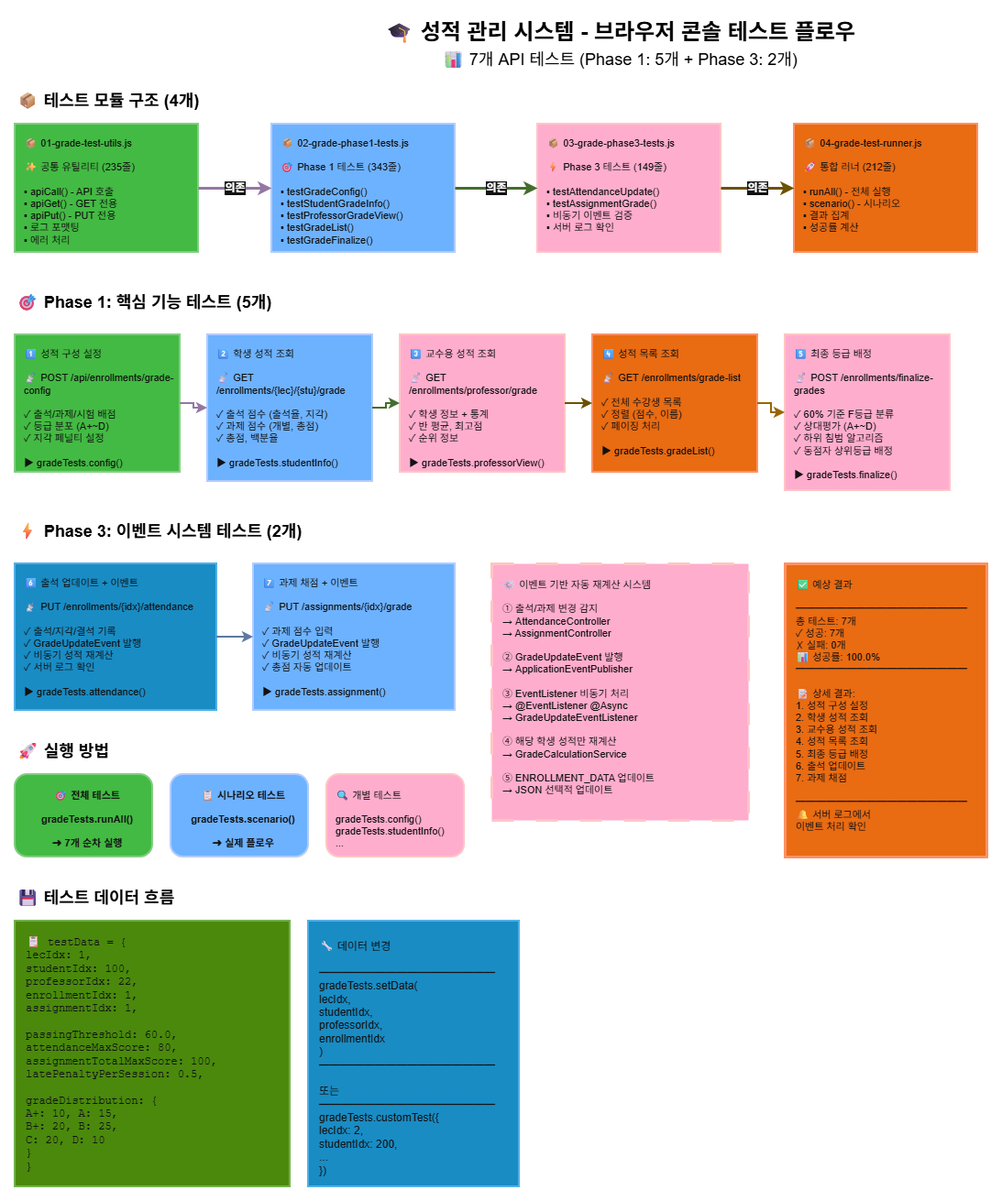
Before: backend/BlueCrab/docs/강의관련기능/브라우저콘솔테스트/04-grade/11-TEST-FLOW.drawio.png, a diagram exported from draw.io (hooting76/blue-crab-lms). Source tidied: cells renumbered, new cells last; positions are measured from the earlier drawing's top-left corner, leaving out a move shared by most shapes.
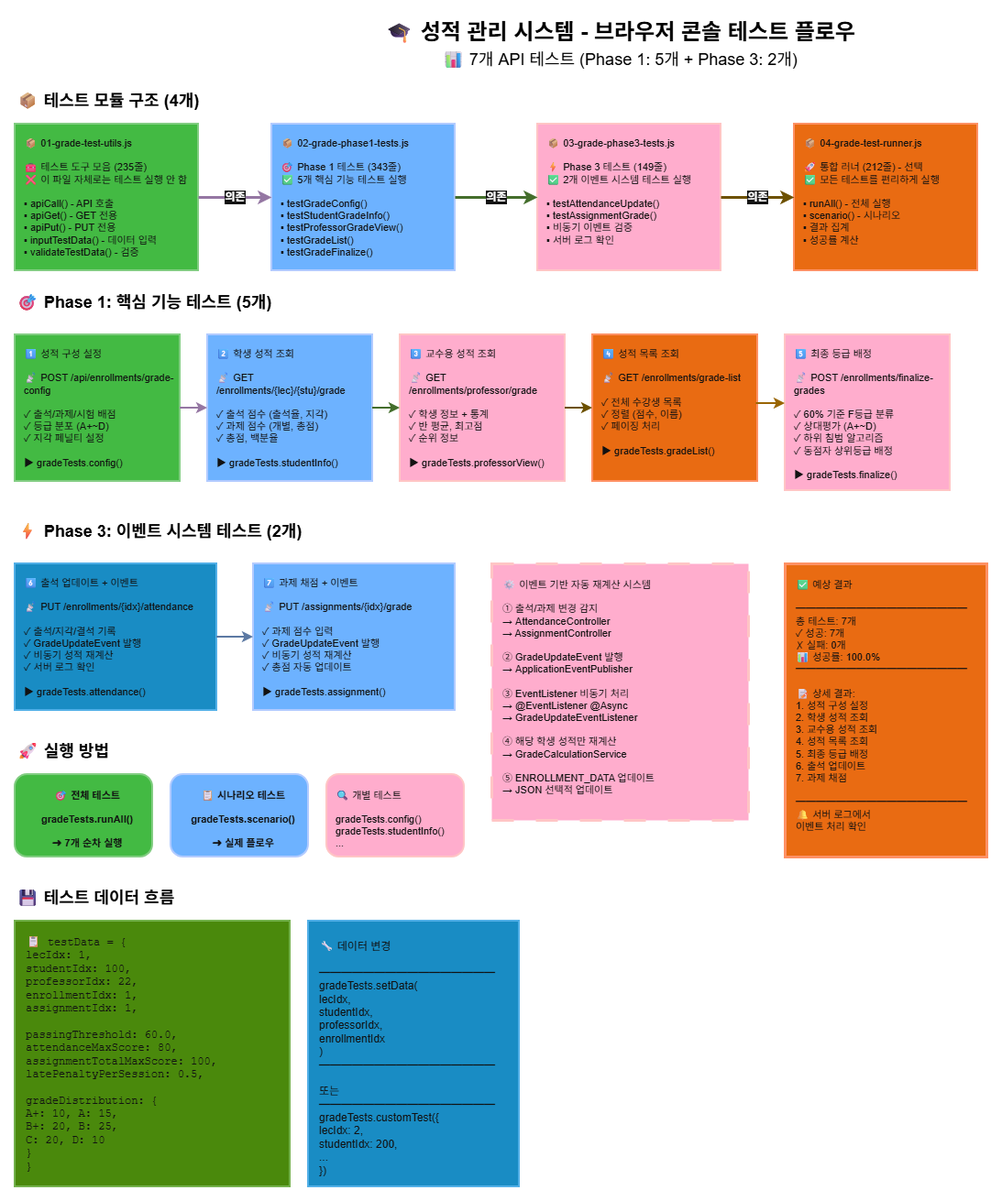
The same diagram one commit later.

What changed in the source:
```diff
@@ -11,17 +11,17 @@
     <mxCell id="4" value="📦 테스트 모듈 구조 (4개)" style="text;html=1;strokeColor=none;fillColor=none;align=left;verticalAlign=middle;whiteSpace=wrap;rounded=0;fontSize=18;fontStyle=1;fontColor=light-dark(#000000,#000000);" parent="1" vertex="1">
       <mxGeometry y="80" width="300" height="30" as="geometry" />
     </mxCell>
-    <mxCell id="5" value="📦 01-grade-test-utils.js&#10;&#10;✨ 공통 유틸리티 (235줄)&#10;&#10;▪ apiCall() - API 호출&#10;▪ apiGet() - GET 전용&#10;▪ apiPut() - PUT 전용&#10;▪ 로그 포맷팅&#10;▪ 에러 처리" style="rounded=0;whiteSpace=wrap;html=1;fillColor=#008a00;strokeColor=#005700;strokeWidth=2;fontSize=11;align=left;verticalAlign=top;fontColor=#ffffff;spacingLeft=8;spacingTop=8;" parent="1" vertex="1">
-      <mxGeometry y="120" width="200" height="140" as="geometry" />
+    <mxCell id="5" value="📦 01-grade-test-utils.js&#10;&#10;🧰 테스트 도구 모음 (235줄)&#10;❌ 이 파일 자체로는 테스트 실행 안 함&#10;&#10;▪ apiCall() - API 호출&#10;▪ apiGet() - GET 전용&#10;▪ apiPut() - PUT 전용&#10;▪ inputTestData() - 데이터 입력&#10;▪ validateTestData() - 검증" style="rounded=0;whiteSpace=wrap;html=1;fillColor=#008a00;strokeColor=#005700;strokeWidth=2;fontSize=11;align=left;verticalAlign=top;fontColor=#ffffff;spacingLeft=8;spacingTop=8;" parent="1" vertex="1">
+      <mxGeometry y="120" width="200" height="160" as="geometry" />
     </mxCell>
-    <mxCell id="6" value="📦 02-grade-phase1-tests.js&#10;&#10;🎯 Phase 1 테스트 (343줄)&#10;&#10;▪ testGradeConfig()&#10;▪ testStudentGradeInfo()&#10;▪ testProfessorGradeView()&#10;▪ testGradeList()&#10;▪ testGradeFinalize()" style="rounded=0;whiteSpace=wrap;html=1;fillColor=#0050ef;strokeColor=#001DBC;strokeWidth=2;fontSize=11;align=left;verticalAlign=top;fontColor=#ffffff;spacingLeft=8;spacingTop=8;" parent="1" vertex="1">
-      <mxGeometry x="280" y="120" width="200" height="140" as="geometry" />
+    <mxCell id="6" value="📦 02-grade-phase1-tests.js&#10;&#10;🎯 Phase 1 테스트 (343줄)&#10;✅ 5개 핵심 기능 테스트 실행&#10;&#10;▪ testGradeConfig()&#10;▪ testStudentGradeInfo()&#10;▪ testProfessorGradeView()&#10;▪ testGradeList()&#10;▪ testGradeFinalize()" style="rounded=0;whiteSpace=wrap;html=1;fillColor=#0050ef;strokeColor=#001DBC;strokeWidth=2;fontSize=11;align=left;verticalAlign=top;fontColor=#ffffff;spacingLeft=8;spacingTop=8;" parent="1" vertex="1">
+      <mxGeometry x="280" y="120" width="200" height="160" as="geometry" />
     </mxCell>
-    <mxCell id="7" value="📦 03-grade-phase3-tests.js&#10;&#10;⚡ Phase 3 테스트 (149줄)&#10;&#10;▪ testAttendanceUpdate()&#10;▪ testAssignmentGrade()&#10;▪ 비동기 이벤트 검증&#10;▪ 서버 로그 확인" style="rounded=0;whiteSpace=wrap;html=1;fillColor=#a20025;strokeColor=#6F0000;strokeWidth=2;fontSize=11;align=left;verticalAlign=top;fontColor=#ffffff;spacingLeft=8;spacingTop=8;" parent="1" vertex="1">
-      <mxGeometry x="570" y="120" width="200" height="140" as="geometry" />
+    <mxCell id="7" value="📦 03-grade-phase3-tests.js&#10;&#10;⚡ Phase 3 테스트 (149줄)&#10;✅ 2개 이벤트 시스템 테스트 실행&#10;&#10;▪ testAttendanceUpdate()&#10;▪ testAssignmentGrade()&#10;▪ 비동기 이벤트 검증&#10;▪ 서버 로그 확인" style="rounded=0;whiteSpace=wrap;html=1;fillColor=#a20025;strokeColor=#6F0000;strokeWidth=2;fontSize=11;align=left;verticalAlign=top;fontColor=#ffffff;spacingLeft=8;spacingTop=8;" parent="1" vertex="1">
+      <mxGeometry x="570" y="120" width="200" height="160" as="geometry" />
     </mxCell>
-    <mxCell id="8" value="📦 04-grade-test-runner.js&#10;&#10;🚀 통합 러너 (212줄)&#10;&#10;▪ runAll() - 전체 실행&#10;▪ scenario() - 시나리오&#10;▪ 결과 집계&#10;▪ 성공률 계산" style="rounded=0;whiteSpace=wrap;html=1;fillColor=#fa6800;strokeColor=#C73500;strokeWidth=2;fontSize=11;align=left;verticalAlign=top;fontColor=#ffffff;spacingLeft=8;spacingTop=8;" parent="1" vertex="1">
-      <mxGeometry x="850" y="120" width="200" height="140" as="geometry" />
+    <mxCell id="8" value="📦 04-grade-test-runner.js&#10;&#10;🚀 통합 러너 (212줄) - 선택&#10;✅ 모든 테스트를 편리하게 실행&#10;&#10;▪ runAll() - 전체 실행&#10;▪ scenario() - 시나리오&#10;▪ 결과 집계&#10;▪ 성공률 계산" style="rounded=0;whiteSpace=wrap;html=1;fillColor=#fa6800;strokeColor=#C73500;strokeWidth=2;fontSize=11;align=left;verticalAlign=top;fontColor=#ffffff;spacingLeft=8;spacingTop=8;" parent="1" vertex="1">
+      <mxGeometry x="850" y="120" width="200" height="160" as="geometry" />
     </mxCell>
     <mxCell id="9" value="의존" style="endArrow=classic;html=1;rounded=0;strokeWidth=3;strokeColor=#9673A6;exitX=1;exitY=0.5;exitDx=0;exitDy=0;entryX=0;entryY=0.5;entryDx=0;entryDy=0;fontSize=12;fontColor=light-dark(#FFFFFF,#FFFFFF);fontStyle=1;" parent="1" edge="1" source="5" target="6">
       <mxGeometry relative="1" as="geometry" />
@@ -36,16 +36,16 @@
       <mxGeometry y="300" width="400" height="30" as="geometry" />
     </mxCell>
     <mxCell id="13" value="1️⃣ 성적 구성 설정&#10;&#10;📡 POST /api/enrollments/grade-config&#10;&#10;✓ 출석/과제/시험 배점&#10;✓ 등급 분포 (A+~D)&#10;✓ 지각 페널티 설정&#10;&#10;▶ gradeTests.config()" style="rounded=0;whiteSpace=wrap;html=1;fillColor=#008a00;strokeColor=#005700;strokeWidth=2;fontSize=11;align=left;verticalAlign=top;fontColor=#ffffff;spacingLeft=8;spacingTop=8;" parent="1" vertex="1">
-      <mxGeometry y="350" width="180" height="150" as="geometry" />
+      <mxGeometry y="350" width="180" height="160" as="geometry" />
     </mxCell>
     <mxCell id="14" value="2️⃣ 학생 성적 조회&#10;&#10;📡 GET /enrollments/{lec}/{stu}/grade&#10;&#10;✓ 출석 점수 (출석율, 지각)&#10;✓ 과제 점수 (개별, 총점)&#10;✓ 총점, 백분율&#10;&#10;▶ gradeTests.studentInfo()" style="rounded=0;whiteSpace=wrap;html=1;fillColor=#0050ef;strokeColor=#001DBC;strokeWidth=2;fontSize=11;align=left;verticalAlign=top;fontColor=#ffffff;spacingLeft=8;spacingTop=8;" parent="1" vertex="1">
       <mxGeometry x="210" y="350" width="180" height="160" as="geometry" />
     </mxCell>
     <mxCell id="15" value="3️⃣ 교수용 성적 조회&#10;&#10;📡 GET /enrollments/professor/grade&#10;&#10;✓ 학생 정보 + 통계&#10;✓ 반 평균, 최고점&#10;✓ 순위 정보&#10;&#10;▶ gradeTests.professorView()" style="rounded=0;whiteSpace=wrap;html=1;fillColor=#a20025;strokeColor=#6F0000;strokeWidth=2;fontSize=11;align=left;verticalAlign=top;fontColor=#ffffff;spacingLeft=8;spacingTop=8;" parent="1" vertex="1">
-      <mxGeometry x="420" y="350" width="180" height="150" as="geometry" />
+      <mxGeometry x="420" y="350" width="180" height="160" as="geometry" />
     </mxCell>
     <mxCell id="16" value="4️⃣ 성적 목록 조회&#10;&#10;📡 GET /enrollments/grade-list&#10;&#10;✓ 전체 수강생 목록&#10;✓ 정렬 (점수, 이름)&#10;✓ 페이징 처리&#10;&#10;▶ gradeTests.gradeList()" style="rounded=0;whiteSpace=wrap;html=1;fillColor=#fa6800;strokeColor=#C73500;strokeWidth=2;fontSize=11;align=left;verticalAlign=top;fontColor=#ffffff;spacingLeft=8;spacingTop=8;" parent="1" vertex="1">
-      <mxGeometry x="630" y="350" width="180" height="150" as="geometry" />
+      <mxGeometry x="630" y="350" width="180" height="160" as="geometry" />
     </mxCell>
     <mxCell id="17" value="5️⃣ 최종 등급 배정&#10;&#10;📡 POST /enrollments/finalize-grades&#10;&#10;✓ 60% 기준 F등급 분류&#10;✓ 상대평가 (A+~D)&#10;✓ 하위 침범 알고리즘&#10;✓ 동점자 상위등급 배정&#10;&#10;▶ gradeTests.finalize()" style="rounded=0;whiteSpace=wrap;html=1;fillColor=#a20025;strokeColor=#6F0000;strokeWidth=2;fontSize=11;align=left;verticalAlign=top;fontColor=#ffffff;spacingLeft=8;spacingTop=8;" parent="1" vertex="1">
       <mxGeometry x="840" y="350" width="180" height="170" as="geometry" />
@@ -86,8 +86,13 @@
     <mxCell id="29" style="endArrow=classic;html=1;rounded=0;strokeWidth=2;strokeColor=#D6B656;exitX=1;exitY=0.5;exitDx=0;exitDy=0;entryX=0;entryY=0.5;entryDx=0;entryDy=0;edgeStyle=orthogonalEdgeStyle;fontColor=#000000;" parent="1" edge="1" source="15" target="16">
       <mxGeometry relative="1" as="geometry" />
     </mxCell>
-    <mxCell id="30" style="endArrow=classic;html=1;rounded=0;strokeWidth=2;strokeColor=#D79B00;exitX=1;exitY=0.5;exitDx=0;exitDy=0;entryX=0;entryY=0.5;entryDx=0;entryDy=0;edgeStyle=orthogonalEdgeStyle;fontColor=#000000;" parent="1" edge="1" source="16" target="17">
-      <mxGeometry relative="1" as="geometry" />
+    <mxCell id="30" style="endArrow=classic;html=1;rounded=0;strokeWidth=2;strokeColor=#D79B00;edgeStyle=orthogonalEdgeStyle;fontColor=#000000;exitX=0.997;exitY=0.462;exitDx=0;exitDy=0;exitPerimeter=0;" parent="1" edge="1" source="16">
+      <mxGeometry relative="1" as="geometry">
+        <mxPoint x="840" y="425" as="targetPoint" />
+        <Array as="points">
+          <mxPoint x="810" y="425" />
+        </Array>
+      </mxGeometry>
     </mxCell>
     <mxCell id="31" style="endArrow=classic;html=1;rounded=0;strokeWidth=2;strokeColor=#6C8EBF;exitX=1;exitY=0.5;exitDx=0;exitDy=0;entryX=0;entryY=0.5;entryDx=0;entryDy=0;edgeStyle=orthogonalEdgeStyle;fontColor=#000000;" parent="1" edge="1" source="19" target="20">
       <mxGeometry relative="1" as="geometry" />
```
